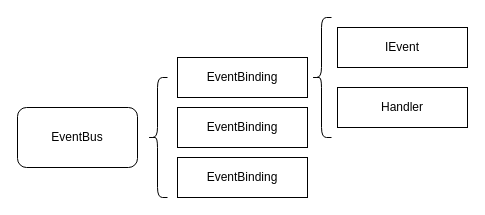
The draw.io diagram 未命名绘图.drawio in LongLostPenPal/Assets, before the edit. Source tidied: cells renumbered, new cells numbered last; positions are measured from the earlier drawing's top-left corner, leaving out a move shared by most shapes. Both pictures are drawn from the tidied source at 100%, with x=0, y=0 at pixel (17, 17).
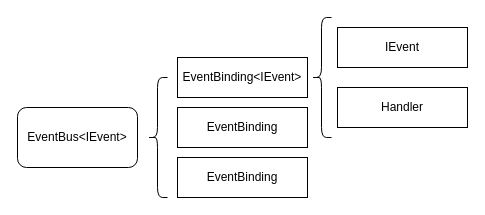
Above is the later version.

Change to the diagram source:
```diff
@@
 <mxGraphModel>
   <root>
     <mxCell id="0" />
     <mxCell id="1" parent="0" />
-    <mxCell id="2" value="EventBus" style="rounded=1;whiteSpace=wrap;html=1;" parent="1" vertex="1">
+    <mxCell id="2" value="EventBus&amp;lt;IEvent&amp;gt;" style="rounded=1;whiteSpace=wrap;html=1;" parent="1" vertex="1">
       <mxGeometry y="90" width="120" height="60" as="geometry" />
     </mxCell>
     <mxCell id="3" style="shape=curlyBracket;whiteSpace=wrap;html=1;rounded=1;labelPosition=left;verticalLabelPosition=middle;align=right;verticalAlign=middle;" parent="1" vertex="1">
       <mxGeometry x="130" y="60" width="20" height="120" as="geometry" />
     </mxCell>
-    <mxCell id="4" value="EventBinding" style="rounded=0;whiteSpace=wrap;html=1;" parent="1" vertex="1">
+    <mxCell id="4" value="EventBinding&amp;lt;IEvent&amp;gt;" style="rounded=0;whiteSpace=wrap;html=1;" parent="1" vertex="1">
       <mxGeometry x="160" y="40" width="130" height="40" as="geometry" />
     </mxCell>
     <mxCell id="5" value="EventBinding" style="rounded=0;whiteSpace=wrap;html=1;" parent="1" vertex="1">
       <mxGeometry x="160" y="90" width="130" height="40" as="geometry" />
     </mxCell>
     <mxCell id="6" value="EventBinding" style="rounded=0;whiteSpace=wrap;html=1;" parent="1" vertex="1">
       <mxGeometry x="160" y="140" width="130" height="40" as="geometry" />
     </mxCell>
     <mxCell id="7" style="shape=curlyBracket;whiteSpace=wrap;html=1;rounded=1;labelPosition=left;verticalLabelPosition=middle;align=right;verticalAlign=middle;" parent="1" vertex="1">
       <mxGeometry x="294" width="20" height="120" as="geometry" />
     </mxCell>
     <mxCell id="8" value="IEvent" style="rounded=0;whiteSpace=wrap;html=1;" parent="1" vertex="1">
       <mxGeometry x="320" y="10" width="130" height="40" as="geometry" />
     </mxCell>
     <mxCell id="9" value="&lt;div&gt;Handler&lt;/div&gt;" style="rounded=0;whiteSpace=wrap;html=1;" parent="1" vertex="1">
       <mxGeometry x="320" y="70" width="130" height="40" as="geometry" />
     </mxCell>
   </root>
 </mxGraphModel>
```
